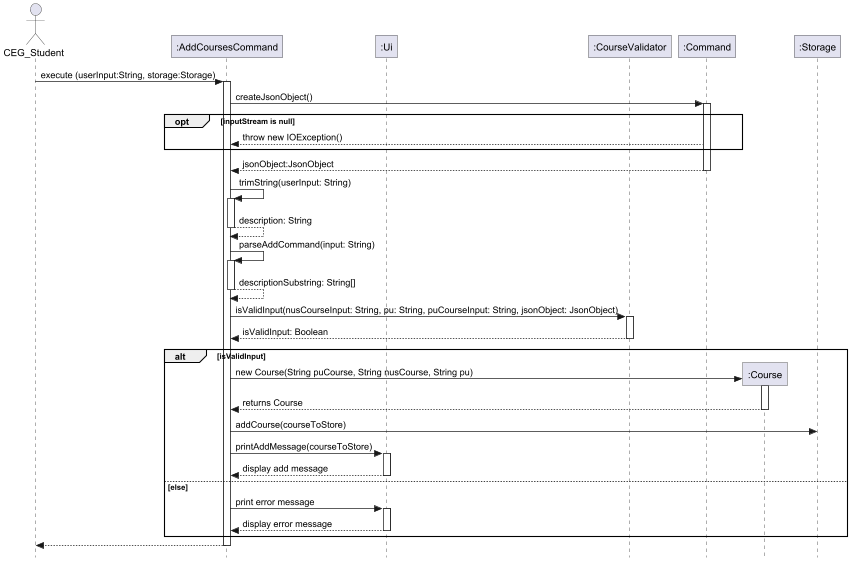
Before: docs/images/AddCoursesCommand.png, a diagram exported from PlantUML (nus-cs2113-AY2425S1/tp).
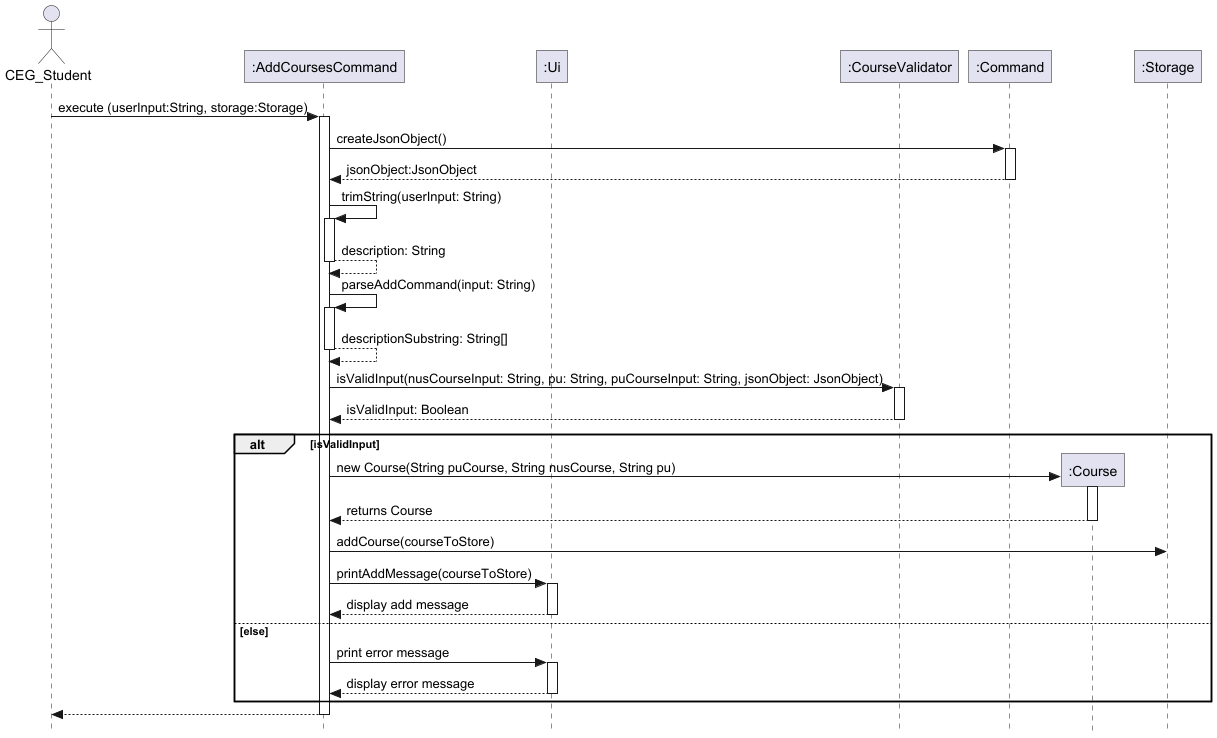
After the change.

Commit message:
Remove exceptions from sequence diagrams

Change to the diagram source:
```diff
@@ -17,10 +17,6 @@
 
 AddCoursesCommand -> Command: createJsonObject()
 activate Command
-
-opt inputStream is null
-    Command --> AddCoursesCommand: throw new IOException()
-end
 
 Command --> AddCoursesCommand: jsonObject:JsonObject
 deactivate Command
```
